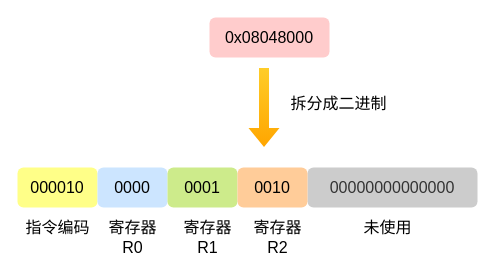
This is 操作系统/程序执行/load指令二进制.drawio from xiaolincoder/ImageHost2, a draw.io file, before an edit. Source tidied: cells renumbered, new cells numbered last; positions are measured from the earlier drawing's top-left corner, leaving out a move shared by most shapes. Both pictures are drawn from the tidied source at 100%, with x=0, y=0 at pixel (17, 17).
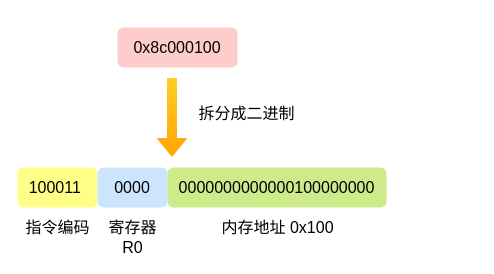
Above is the later version.

Commit message:
Update load指令二进制.drawio

The edit, as a diff of the source:
```diff
@@
 <mxGraphModel>
   <root>
     <mxCell id="0" />
     <mxCell id="1" parent="0" />
-    <mxCell id="2" value="0x08048000" style="rounded=1;whiteSpace=wrap;html=1;fontSize=16;fillColor=#ffcccc;strokeColor=none;" parent="1" vertex="1">
-      <mxGeometry x="192" width="120" height="40" as="geometry" />
-    </mxCell>
-    <mxCell id="3" style="shape=flexArrow;endArrow=classic;html=1;fontSize=16;fillColor=#ffcd28;gradientColor=#ffa500;strokeColor=none;" parent="1" edge="1">
-      <mxGeometry relative="1" as="geometry">
-        <mxPoint x="246.5" y="50" as="sourcePoint" />
-        <mxPoint x="246.5" y="130" as="targetPoint" />
-      </mxGeometry>
-    </mxCell>
+    <mxCell id="15" value="0x8c000100" style="rounded=1;whiteSpace=wrap;html=1;fontSize=16;fillColor=#ffcccc;strokeColor=none;" parent="1" vertex="1">
+      <mxGeometry x="100" y="10" width="120" height="40" as="geometry" />
+    </mxCell>
+    <mxCell id="16" style="shape=flexArrow;endArrow=classic;html=1;fontSize=16;fillColor=#ffcd28;gradientColor=#ffa500;strokeColor=none;" parent="1" edge="1">
+      <mxGeometry relative="1" as="geometry">
+        <mxPoint x="154.5" y="60" as="sourcePoint" />
+        <mxPoint x="154.5" y="140" as="targetPoint" />
+      </mxGeometry>
+    </mxCell>
     <mxCell id="4" value="拆分成二进制" style="text;html=1;align=center;verticalAlign=middle;fontSize=16;" parent="1" vertex="1">
-      <mxGeometry x="266" y="76" width="110" height="20" as="geometry" />
+      <mxGeometry x="174" y="86" width="110" height="20" as="geometry" />
     </mxCell>
-    <mxCell id="5" value="&lt;span&gt;000010&lt;/span&gt;" style="rounded=1;whiteSpace=wrap;html=1;fontSize=16;fillColor=#ffff88;strokeColor=none;" parent="1" vertex="1">
-      <mxGeometry y="150" width="80" height="40" as="geometry" />
-    </mxCell>
+    <mxCell id="17" value="100011&amp;nbsp;" style="rounded=1;whiteSpace=wrap;html=1;fontSize=16;fillColor=#ffff88;strokeColor=none;" parent="1" vertex="1">
+      <mxGeometry y="150" width="80" height="40" as="geometry" />
+    </mxCell>
     <mxCell id="6" value="0000" style="rounded=1;whiteSpace=wrap;html=1;fontSize=16;fillColor=#cce5ff;strokeColor=none;" parent="1" vertex="1">
       <mxGeometry x="80" y="150" width="70" height="40" as="geometry" />
     </mxCell>
-    <mxCell id="7" value="&lt;span&gt;00000000000000&lt;/span&gt;" style="rounded=1;whiteSpace=wrap;html=1;fontSize=16;fontColor=#333333;strokeColor=none;fillColor=#CCCCCC;" parent="1" vertex="1">
-      <mxGeometry x="290" y="150" width="170" height="40" as="geometry" />
-    </mxCell>
+    <mxCell id="18" value="&lt;span&gt;0000000000000100000000&lt;/span&gt;" style="rounded=1;whiteSpace=wrap;html=1;fontSize=16;fillColor=#cdeb8b;strokeColor=none;" parent="1" vertex="1">
+      <mxGeometry x="150" y="150" width="219" height="40" as="geometry" />
+    </mxCell>
     <mxCell id="8" value="指令编码" style="text;html=1;align=center;verticalAlign=middle;fontSize=16;" parent="1" vertex="1">
       <mxGeometry y="200" width="80" height="20" as="geometry" />
     </mxCell>
     <mxCell id="9" value="寄存器 &lt;br&gt;R0" style="text;html=1;align=center;verticalAlign=middle;fontSize=16;" parent="1" vertex="1">
       <mxGeometry x="85" y="200" width="60" height="40" as="geometry" />
     </mxCell>
-    <mxCell id="10" value="未使用" style="text;html=1;align=center;verticalAlign=middle;fontSize=16;" parent="1" vertex="1">
-      <mxGeometry x="340" y="200" width="60" height="20" as="geometry" />
-    </mxCell>
-    <mxCell id="11" value="&lt;span&gt;0001&lt;/span&gt;" style="rounded=1;whiteSpace=wrap;html=1;fontSize=16;fillColor=#cdeb8b;strokeColor=none;" parent="1" vertex="1">
-      <mxGeometry x="150" y="150" width="70" height="40" as="geometry" />
-    </mxCell>
-    <mxCell id="12" value="&lt;span&gt;0010&lt;/span&gt;" style="rounded=1;whiteSpace=wrap;html=1;fontSize=16;fillColor=#ffcc99;strokeColor=none;" parent="1" vertex="1">
-      <mxGeometry x="220" y="150" width="70" height="40" as="geometry" />
-    </mxCell>
-    <mxCell id="13" value="寄存器 &lt;br&gt;R2" style="text;html=1;align=center;verticalAlign=middle;fontSize=16;" parent="1" vertex="1">
-      <mxGeometry x="230" y="200" width="60" height="40" as="geometry" />
-    </mxCell>
-    <mxCell id="14" value="寄存器 &lt;br&gt;R1" style="text;html=1;align=center;verticalAlign=middle;fontSize=16;" parent="1" vertex="1">
-      <mxGeometry x="160" y="200" width="60" height="40" as="geometry" />
-    </mxCell>
+    <mxCell id="19" value="内存地址 0x100" style="text;html=1;align=center;verticalAlign=middle;fontSize=16;" parent="1" vertex="1">
+      <mxGeometry x="194.5" y="200" width="130" height="20" as="geometry" />
+    </mxCell>
   </root>
 </mxGraphModel>
```
